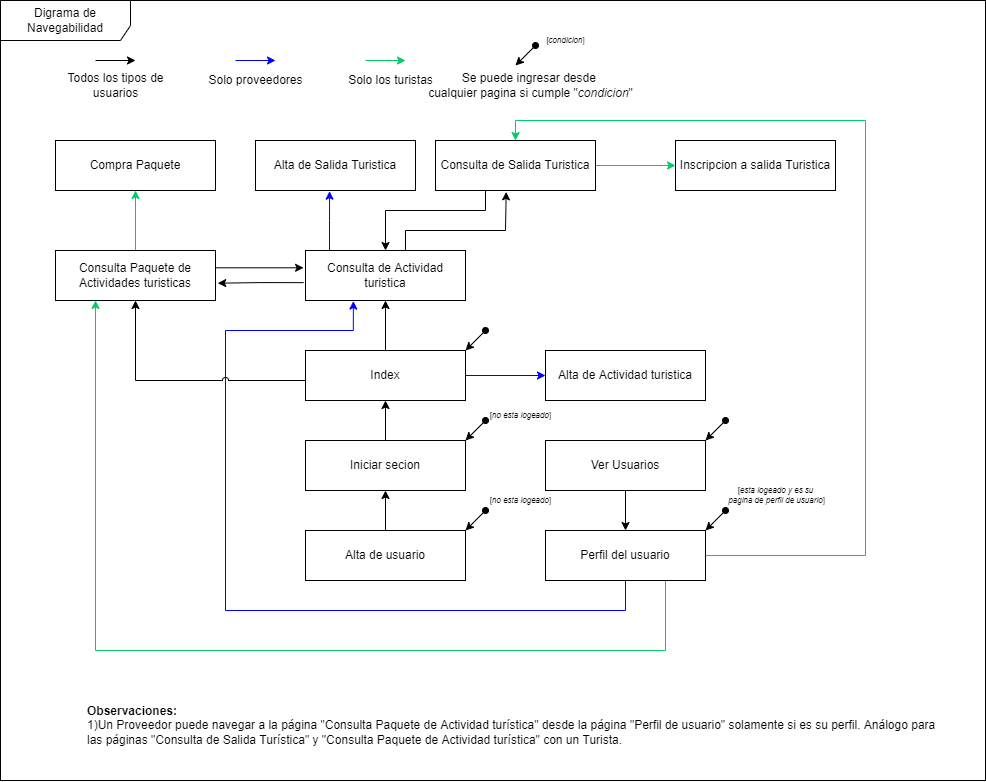
This is docs/Iteración 2/Navegabilidades/Digrama navegabilidad.png from FacundoDiaz00/Taller-de-Programaci-n, a draw.io export, as it was before one commit. Source tidied: cells renumbered, new cells last; positions are measured from the earlier drawing's top-left corner, leaving out a move shared by most shapes.
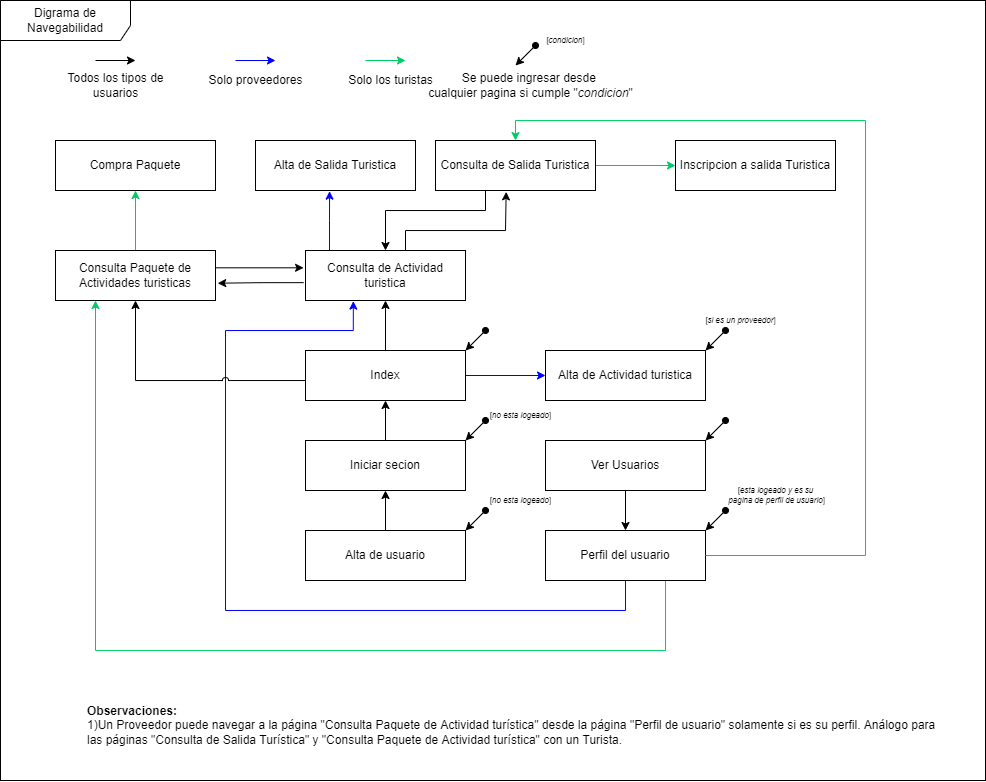
The same file after the commit.

Change to the diagram source:
```diff
@@ -213,5 +213,14 @@
     <mxCell id="49" value="[&lt;i style=&quot;font-size: 8px;&quot;&gt;esta logeado y es su&lt;br&gt;&amp;nbsp;pagina de perfil de usuario&lt;/i&gt;]" style="text;html=1;align=center;verticalAlign=middle;strokeColor=none;fillColor=none;fontSize=8;" parent="1" vertex="1">
       <mxGeometry x="715" y="480" width="120" height="30" as="geometry" />
     </mxCell>
+    <mxCell id="50" style="endArrow=classic;html=1;rounded=0;entryX=1;entryY=0;entryDx=0;entryDy=0;startArrow=oval;startFill=1;" parent="1" edge="1">
+      <mxGeometry relative="1" as="geometry">
+        <mxPoint x="725" y="330" as="sourcePoint" />
+        <mxPoint x="705" y="350" as="targetPoint" />
+      </mxGeometry>
+    </mxCell>
+    <mxCell id="51" value="[&lt;i style=&quot;font-size: 8px;&quot;&gt;si es un proveedor&lt;/i&gt;]" style="text;html=1;align=center;verticalAlign=middle;strokeColor=none;fillColor=none;fontSize=8;" parent="1" vertex="1">
+      <mxGeometry x="695" y="310" width="90" height="20" as="geometry" />
+    </mxCell>
   </root>
 </mxGraphModel>
```
